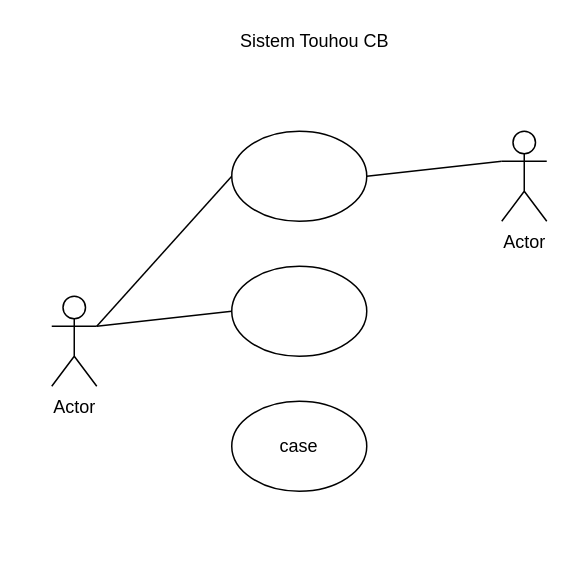
Earlier version of the draw.io diagram Untitled Diagram.drawio (kajikasama/yui-project). Source tidied: cells renumbered, new cells numbered last; positions are measured from the earlier drawing's top-left corner, leaving out a move shared by most shapes. Both pictures are drawn from the tidied source at 150%, with x=0, y=0 at pixel (51, 26).
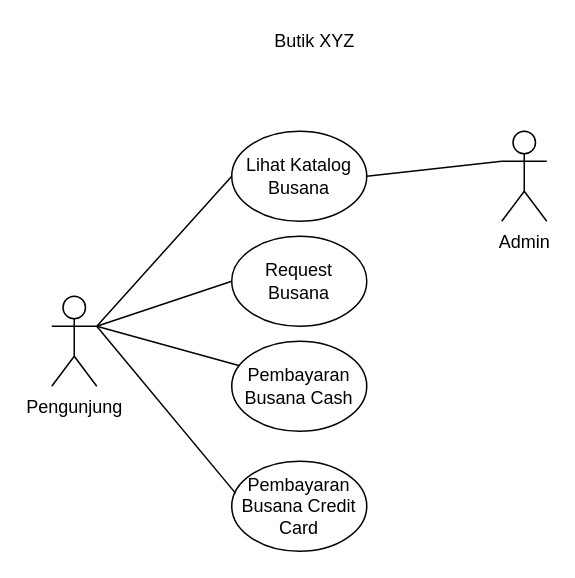
After the change.

Diff of the diagram source:
```diff
@@
 <mxGraphModel>
   <root>
     <mxCell id="0" />
     <mxCell id="1" parent="0" />
-    <mxCell id="2" value="Actor" style="shape=umlActor;verticalLabelPosition=bottom;verticalAlign=top;html=1;outlineConnect=0;" parent="1" vertex="1">
+    <mxCell id="2" value="Pengunjung" style="shape=umlActor;verticalLabelPosition=bottom;verticalAlign=top;html=1;outlineConnect=0;" parent="1" vertex="1">
       <mxGeometry y="180" width="30" height="60" as="geometry" />
     </mxCell>
-    <mxCell id="3" style="ellipse;whiteSpace=wrap;html=1;" parent="1" vertex="1">
+    <mxCell id="3" value="Lihat Katalog Busana" style="ellipse;whiteSpace=wrap;html=1;" parent="1" vertex="1">
       <mxGeometry x="120" y="70" width="90" height="60" as="geometry" />
     </mxCell>
-    <mxCell id="4" style="ellipse;whiteSpace=wrap;html=1;" parent="1" vertex="1">
-      <mxGeometry x="120" y="160" width="90" height="60" as="geometry" />
+    <mxCell id="4" value="Request Busana" style="ellipse;whiteSpace=wrap;html=1;" parent="1" vertex="1">
+      <mxGeometry x="120" y="140" width="90" height="60" as="geometry" />
     </mxCell>
-    <mxCell id="5" value="case" style="ellipse;whiteSpace=wrap;html=1;" parent="1" vertex="1">
-      <mxGeometry x="120" y="250" width="90" height="60" as="geometry" />
+    <mxCell id="5" value="Pembayaran&lt;br&gt;Busana Cash" style="ellipse;whiteSpace=wrap;html=1;" parent="1" vertex="1">
+      <mxGeometry x="120" y="210" width="90" height="60" as="geometry" />
     </mxCell>
-    <mxCell id="6" value="Actor" style="shape=umlActor;verticalLabelPosition=bottom;verticalAlign=top;html=1;" parent="1" vertex="1">
+    <mxCell id="6" value="Admin" style="shape=umlActor;verticalLabelPosition=bottom;verticalAlign=top;html=1;" parent="1" vertex="1">
       <mxGeometry x="300" y="70" width="30" height="60" as="geometry" />
     </mxCell>
     <mxCell id="7" style="endArrow=none;html=1;exitX=1;exitY=0.3333333333333333;exitDx=0;exitDy=0;exitPerimeter=0;entryX=0;entryY=0.5;entryDx=0;entryDy=0;" parent="1" edge="1" source="2" target="3">
       <mxGeometry relative="1" as="geometry" />
     </mxCell>
     <mxCell id="8" style="endArrow=none;html=1;entryX=0;entryY=0.5;entryDx=0;entryDy=0;" parent="1" edge="1" target="4">
       <mxGeometry relative="1" as="geometry">
         <mxPoint x="30" y="200" as="sourcePoint" />
       </mxGeometry>
     </mxCell>
     <mxCell id="9" style="endArrow=none;html=1;entryX=0;entryY=0.5;entryDx=0;entryDy=0;exitX=1;exitY=0.5;exitDx=0;exitDy=0;" parent="1" edge="1" source="3">
       <mxGeometry relative="1" as="geometry">
         <mxPoint x="300" y="90" as="targetPoint" />
       </mxGeometry>
     </mxCell>
-    <mxCell id="10" value="Sistem Touhou CB" style="text;html=1;align=center;verticalAlign=middle;" parent="1" vertex="1">
-      <mxGeometry x="120" width="110" height="20" as="geometry" />
+    <mxCell id="10" value="Butik XYZ" style="text;html=1;align=center;verticalAlign=middle;" parent="1" vertex="1">
+      <mxGeometry x="140" width="70" height="20" as="geometry" />
     </mxCell>
+    <mxCell id="11" style="endArrow=none;html=1;exitX=0.052;exitY=0.27;exitDx=0;exitDy=0;exitPerimeter=0;" parent="1" edge="1" source="5">
+      <mxGeometry relative="1" as="geometry">
+        <mxPoint x="30" y="200" as="targetPoint" />
+      </mxGeometry>
+    </mxCell>
+    <mxCell id="12" value="Pembayaran&lt;br&gt;Busana Credit Card" style="ellipse;whiteSpace=wrap;html=1;" parent="1" vertex="1">
+      <mxGeometry x="120" y="290" width="90" height="60" as="geometry" />
+    </mxCell>
+    <mxCell id="13" style="endArrow=none;html=1;exitX=0.029;exitY=0.357;exitDx=0;exitDy=0;exitPerimeter=0;" parent="1" edge="1" source="12">
+      <mxGeometry relative="1" as="geometry">
+        <mxPoint x="30" y="200" as="targetPoint" />
+      </mxGeometry>
+    </mxCell>
   </root>
 </mxGraphModel>
```
